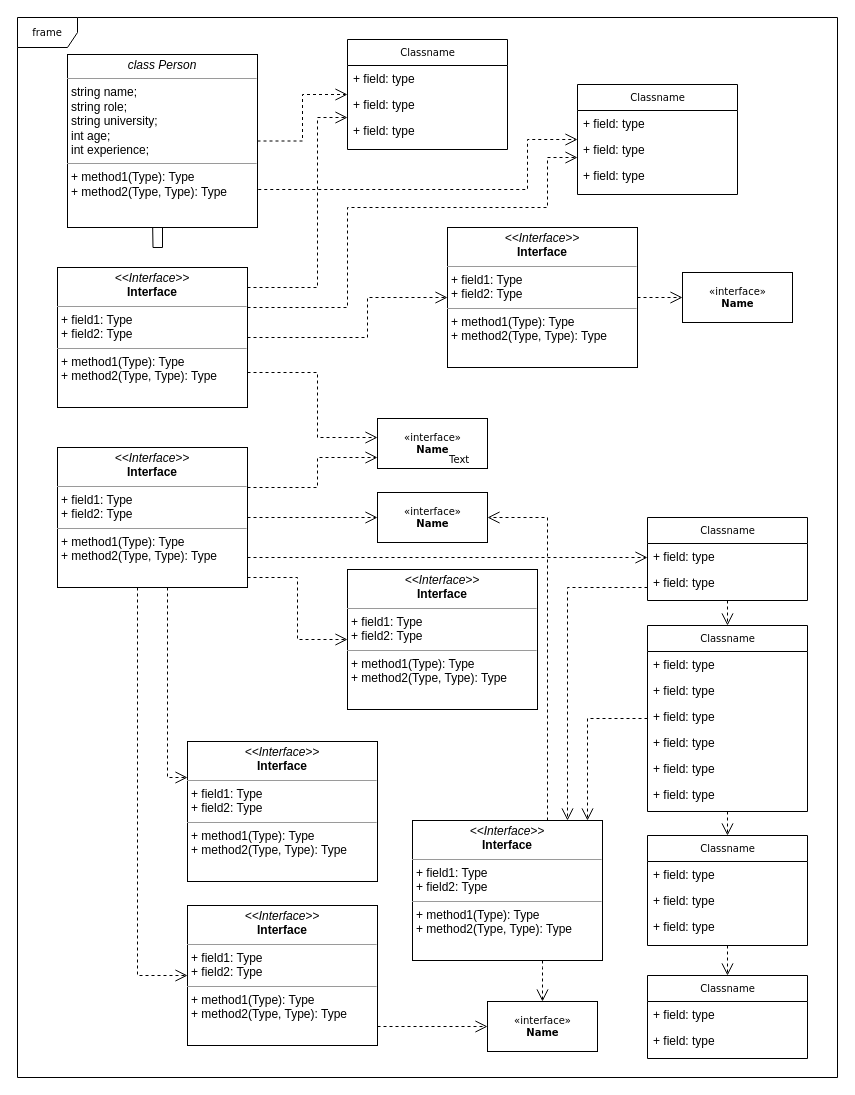
Earlier version of the draw.io diagram Untitled Diagram.drawio (MonishKD/ProgramProject). Source tidied: cells renumbered, new cells numbered last; positions are measured from the earlier drawing's top-left corner, leaving out a move shared by most shapes. Both pictures are drawn from the tidied source at 100%, with x=0, y=0 at pixel (17, 17).
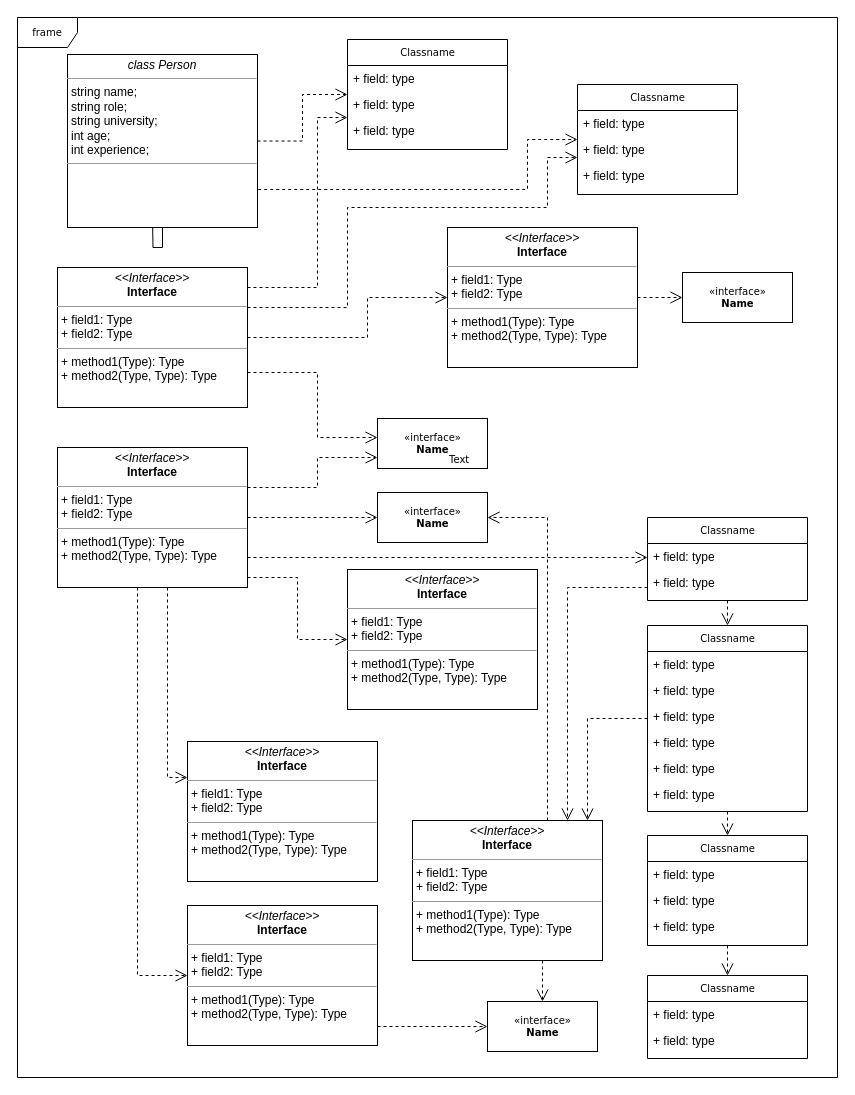
The same diagram, later.

Change to the diagram source:
```diff
@@
-    <mxCell id="50" value="&lt;p style=&quot;margin:0px;margin-top:4px;text-align:center;&quot;&gt;&lt;i&gt;class Person&lt;/i&gt;&lt;/p&gt;&lt;hr size=&quot;1&quot;&gt;&lt;p style=&quot;margin:0px;margin-left:4px;&quot;&gt;string name;&amp;nbsp;&lt;/p&gt;&lt;p style=&quot;margin:0px;margin-left:4px;&quot;&gt;string role;&amp;nbsp;&lt;/p&gt;&lt;p style=&quot;margin:0px;margin-left:4px;&quot;&gt;string university;&amp;nbsp;&lt;/p&gt;&lt;p style=&quot;margin:0px;margin-left:4px;&quot;&gt;int age;&amp;nbsp;&lt;/p&gt;&lt;p style=&quot;margin:0px;margin-left:4px;&quot;&gt;int experience;&amp;nbsp;&lt;/p&gt;&lt;hr size=&quot;1&quot;&gt;&lt;p style=&quot;margin:0px;margin-left:4px;&quot;&gt;+ method1(Type): Type&lt;br&gt;+ method2(Type, Type): Type&lt;/p&gt;" style="verticalAlign=top;align=left;overflow=fill;fontSize=12;fontFamily=Helvetica;html=1;rounded=0;shadow=0;comic=0;labelBackgroundColor=none;strokeWidth=1;" parent="1" vertex="1">
+    <mxCell id="50" value="&lt;p style=&quot;margin:0px;margin-top:4px;text-align:center;&quot;&gt;&lt;i&gt;class Person&lt;/i&gt;&lt;/p&gt;&lt;hr size=&quot;1&quot;&gt;&lt;p style=&quot;margin:0px;margin-left:4px;&quot;&gt;string name;&amp;nbsp;&lt;/p&gt;&lt;p style=&quot;margin:0px;margin-left:4px;&quot;&gt;string role;&amp;nbsp;&lt;/p&gt;&lt;p style=&quot;margin:0px;margin-left:4px;&quot;&gt;string university;&amp;nbsp;&lt;/p&gt;&lt;p style=&quot;margin:0px;margin-left:4px;&quot;&gt;int age;&amp;nbsp;&lt;/p&gt;&lt;p style=&quot;margin:0px;margin-left:4px;&quot;&gt;int experience;&amp;nbsp;&lt;/p&gt;&lt;hr size=&quot;1&quot;&gt;&lt;p style=&quot;margin:0px;margin-left:4px;&quot;&gt;&lt;br&gt;&lt;/p&gt;" style="verticalAlign=top;align=left;overflow=fill;fontSize=12;fontFamily=Helvetica;html=1;rounded=0;shadow=0;comic=0;labelBackgroundColor=none;strokeWidth=1;" parent="1" vertex="1">
       <mxGeometry x="50" y="37" width="190" height="173" as="geometry" />
     </mxCell>
```
